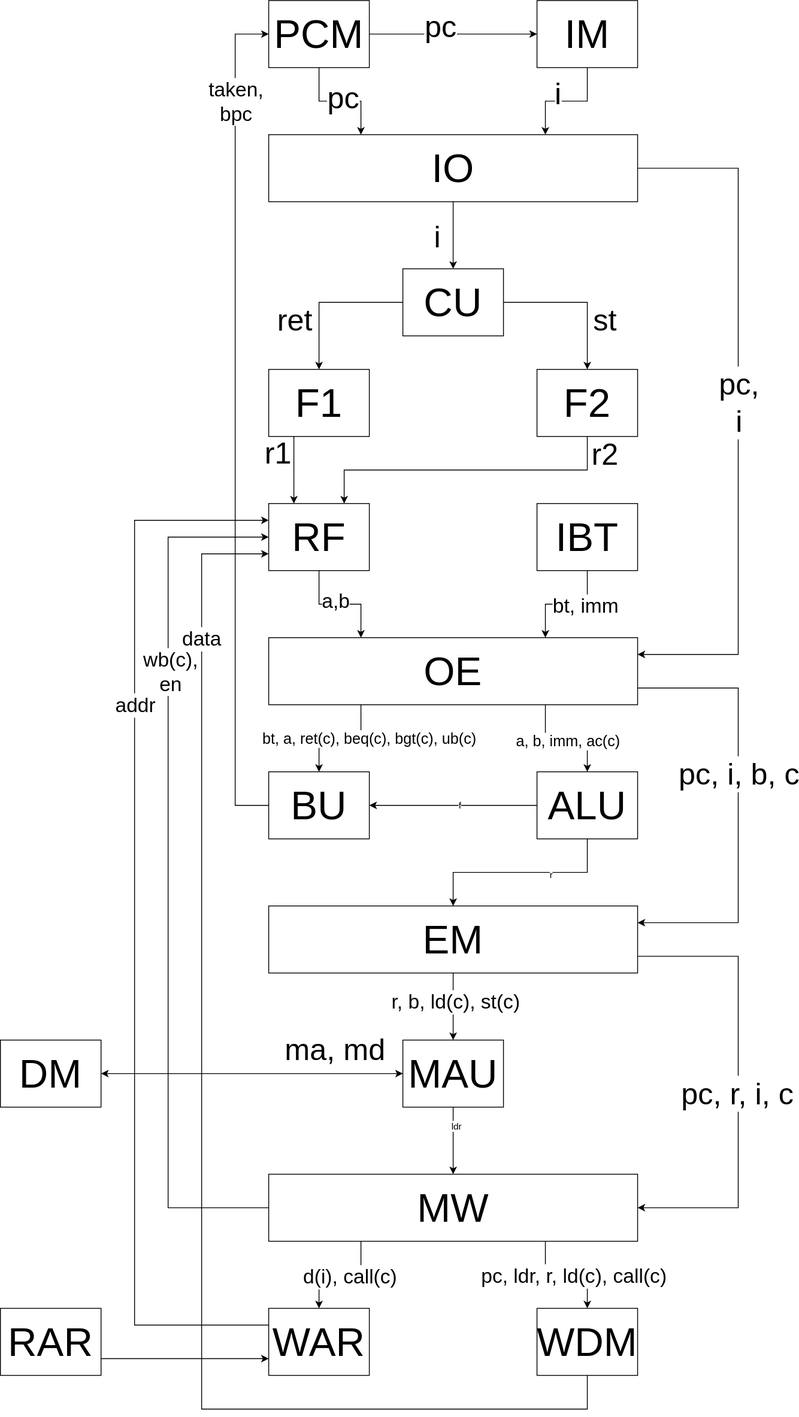
This is SimpleRISC.svg from brave-art-37/SimpleRISC, a draw.io export, as it was before one commit. Source tidied: cells renumbered, new cells last; positions are measured from the earlier drawing's top-left corner, leaving out a move shared by most shapes.
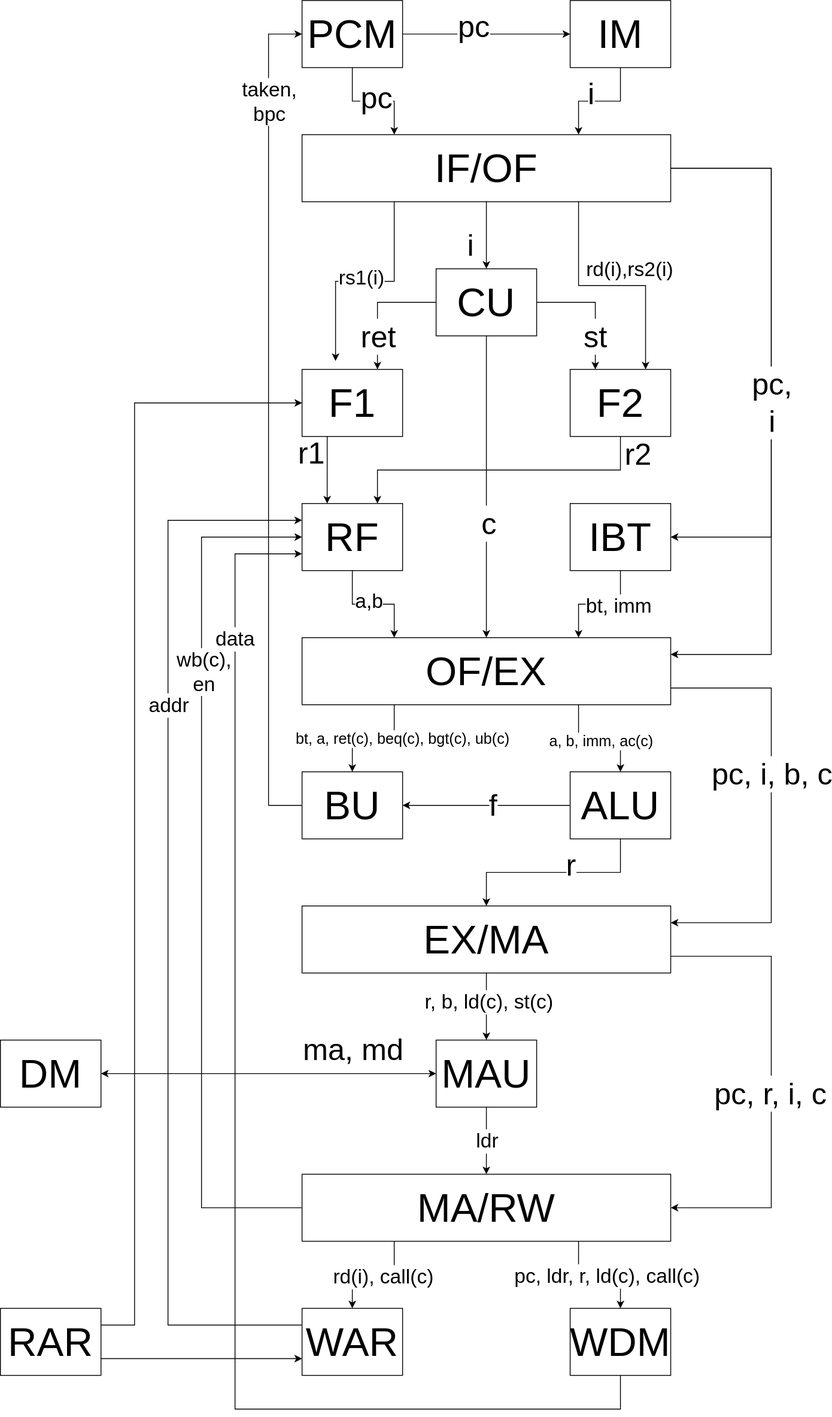
After the commit.

Change to the diagram source:
```diff
@@ -2,6 +2,14 @@
   <root>
     <mxCell id="0" />
     <mxCell id="1" parent="0" />
+    <mxCell id="73" style="edgeStyle=orthogonalEdgeStyle;rounded=0;jettySize=auto;html=1;exitX=1;exitY=0.5;exitDx=0;exitDy=0;entryX=1;entryY=0.5;entryDx=0;entryDy=0;" parent="1" edge="1" source="14" target="38">
+      <mxGeometry relative="1" as="geometry">
+        <Array as="points">
+          <mxPoint x="880" y="200" />
+          <mxPoint x="880" y="640" />
+        </Array>
+      </mxGeometry>
+    </mxCell>
     <mxCell id="2" style="edgeStyle=orthogonalEdgeStyle;jettySize=auto;html=1;rounded=0;" parent="1" edge="1" source="6" target="9">
       <mxGeometry relative="1" as="geometry" />
     </mxCell>
@@ -37,9 +45,19 @@
     </mxCell>
     <mxCell id="11" value="&lt;font style=&quot;font-size: 36px;&quot;&gt;i&lt;/font&gt;" style="edgeLabel;html=1;align=center;verticalAlign=middle;rounded=0;" parent="10" vertex="1">
       <mxGeometry x="-0.25" y="-3" relative="1" as="geometry">
-        <mxPoint x="-17" y="11" as="offset" />
+        <mxPoint x="-17" y="21" as="offset" />
       </mxGeometry>
     </mxCell>
+    <mxCell id="74" style="edgeStyle=orthogonalEdgeStyle;rounded=0;jettySize=auto;html=1;exitX=0.25;exitY=1;exitDx=0;exitDy=0;" parent="1" edge="1" source="14">
+      <mxGeometry relative="1" as="geometry">
+        <mxPoint x="360" y="430" as="targetPoint" />
+      </mxGeometry>
+    </mxCell>
+    <mxCell id="75" value="&lt;font style=&quot;font-size: 24px;&quot;&gt;rs1(i)&lt;/font&gt;" style="edgeLabel;html=1;align=center;verticalAlign=middle;" parent="74" vertex="1">
+      <mxGeometry x="-0.58" relative="1" as="geometry">
+        <mxPoint x="-40" y="36" as="offset" />
+      </mxGeometry>
+    </mxCell>
     <mxCell id="12" style="edgeStyle=orthogonalEdgeStyle;rounded=0;jettySize=auto;html=1;exitX=1;exitY=0.5;exitDx=0;exitDy=0;entryX=1;entryY=0.25;entryDx=0;entryDy=0;" parent="1" edge="1" source="14" target="35">
       <mxGeometry relative="1" as="geometry">
         <Array as="points">
@@ -53,25 +71,39 @@
         <mxPoint y="13" as="offset" />
       </mxGeometry>
     </mxCell>
+    <mxCell id="76" style="edgeStyle=orthogonalEdgeStyle;rounded=0;jettySize=auto;html=1;exitX=0.75;exitY=1;exitDx=0;exitDy=0;entryX=0.75;entryY=0;entryDx=0;entryDy=0;" parent="1" edge="1" source="14" target="25">
+      <mxGeometry relative="1" as="geometry" />
+    </mxCell>
+    <mxCell id="77" value="&lt;font style=&quot;font-size: 24px;&quot;&gt;&lt;font style=&quot;&quot;&gt;rd(i),&lt;/font&gt;&lt;span style=&quot;background-color: light-dark(#ffffff, var(--ge-dark-color, #121212)); color: light-dark(rgb(0, 0, 0), rgb(255, 255, 255));&quot;&gt;rs2(i)&lt;/span&gt;&lt;/font&gt;" style="edgeLabel;html=1;align=center;verticalAlign=middle;" parent="76" vertex="1">
+      <mxGeometry x="-0.61" y="4" relative="1" as="geometry">
+        <mxPoint x="56" y="25" as="offset" />
+      </mxGeometry>
+    </mxCell>
-    <mxCell id="14" value="&lt;font style=&quot;font-size: 48px;&quot;&gt;IO&lt;/font&gt;" style="rounded=0;whiteSpace=wrap;html=1;" parent="1" vertex="1">
+    <mxCell id="14" value="&lt;font style=&quot;font-size: 48px;&quot;&gt;IF/OF&lt;/font&gt;" style="rounded=0;whiteSpace=wrap;html=1;" parent="1" vertex="1">
       <mxGeometry x="320" y="160" width="440" height="80" as="geometry" />
     </mxCell>
-    <mxCell id="15" style="edgeStyle=orthogonalEdgeStyle;jettySize=auto;html=1;entryX=0.5;entryY=0;entryDx=0;entryDy=0;rounded=0;" parent="1" edge="1" source="19" target="22">
+    <mxCell id="15" style="edgeStyle=orthogonalEdgeStyle;jettySize=auto;html=1;rounded=0;entryX=0.75;entryY=0;entryDx=0;entryDy=0;" parent="1" edge="1" source="19" target="22">
       <mxGeometry relative="1" as="geometry" />
     </mxCell>
     <mxCell id="16" value="&lt;font style=&quot;font-size: 36px;&quot;&gt;ret&lt;/font&gt;" style="edgeLabel;html=1;align=center;verticalAlign=middle;rounded=0;" parent="15" vertex="1">
       <mxGeometry x="0.23" y="4" relative="1" as="geometry">
-        <mxPoint x="-34" y="10" as="offset" />
+        <mxPoint x="-4" y="18" as="offset" />
       </mxGeometry>
     </mxCell>
-    <mxCell id="17" style="edgeStyle=orthogonalEdgeStyle;rounded=0;jettySize=auto;html=1;exitX=1;exitY=0.5;exitDx=0;exitDy=0;entryX=0.5;entryY=0;entryDx=0;entryDy=0;" parent="1" edge="1" source="19" target="25">
+    <mxCell id="17" style="edgeStyle=orthogonalEdgeStyle;rounded=0;jettySize=auto;html=1;exitX=1;exitY=0.5;exitDx=0;exitDy=0;entryX=0.25;entryY=0;entryDx=0;entryDy=0;" parent="1" edge="1" source="19" target="25">
       <mxGeometry relative="1" as="geometry" />
     </mxCell>
     <mxCell id="18" value="&lt;font style=&quot;font-size: 36px;&quot;&gt;st&lt;/font&gt;" style="edgeLabel;html=1;align=center;verticalAlign=middle;" parent="17" vertex="1">
       <mxGeometry x="-0.24" y="1" relative="1" as="geometry">
-        <mxPoint x="51" y="21" as="offset" />
+        <mxPoint x="12" y="41" as="offset" />
       </mxGeometry>
     </mxCell>
+    <mxCell id="78" style="edgeStyle=orthogonalEdgeStyle;rounded=0;jettySize=auto;html=1;exitX=0.5;exitY=1;exitDx=0;exitDy=0;entryX=0.5;entryY=0;entryDx=0;entryDy=0;" parent="1" edge="1" source="19" target="35">
+      <mxGeometry relative="1" as="geometry" />
+    </mxCell>
+    <mxCell id="79" value="&lt;font style=&quot;font-size: 36px;&quot;&gt;c&lt;/font&gt;" style="edgeLabel;html=1;align=center;verticalAlign=middle;" parent="78" vertex="1">
+      <mxGeometry x="0.24" y="2" relative="1" as="geometry" />
+    </mxCell>
     <mxCell id="19" value="&lt;font style=&quot;font-size: 48px;&quot;&gt;CU&lt;/font&gt;" style="whiteSpace=wrap;html=1;rounded=0;" parent="1" vertex="1">
       <mxGeometry x="480" y="320" width="120" height="80" as="geometry" />
     </mxCell>
@@ -133,7 +165,7 @@
         <mxPoint x="-3" y="-31" as="offset" />
       </mxGeometry>
     </mxCell>
-    <mxCell id="35" value="&lt;font style=&quot;font-size: 48px;&quot;&gt;OE&lt;/font&gt;" style="whiteSpace=wrap;html=1;rounded=0;" parent="1" vertex="1">
+    <mxCell id="35" value="&lt;font style=&quot;font-size: 48px;&quot;&gt;OF/EX&lt;/font&gt;" style="whiteSpace=wrap;html=1;rounded=0;" parent="1" vertex="1">
       <mxGeometry x="320" y="760" width="440" height="80" as="geometry" />
     </mxCell>
     <mxCell id="36" style="edgeStyle=orthogonalEdgeStyle;jettySize=auto;html=1;exitX=0.5;exitY=1;exitDx=0;exitDy=0;entryX=0.75;entryY=0;entryDx=0;entryDy=0;rounded=0;" parent="1" edge="1" source="38" target="35">
@@ -148,13 +180,15 @@
     <mxCell id="39" style="edgeStyle=orthogonalEdgeStyle;jettySize=auto;html=1;rounded=0;" parent="1" edge="1" source="43" target="51">
       <mxGeometry relative="1" as="geometry" />
     </mxCell>
-    <mxCell id="40" value="r" style="edgeLabel;html=1;align=center;verticalAlign=middle;rounded=0;" parent="39" vertex="1">
-      <mxGeometry x="-0.3" y="2" relative="1" as="geometry" />
+    <mxCell id="40" value="&lt;font style=&quot;font-size: 36px;&quot;&gt;r&lt;/font&gt;" style="edgeLabel;html=1;align=center;verticalAlign=middle;rounded=0;" parent="39" vertex="1">
+      <mxGeometry x="-0.3" y="2" relative="1" as="geometry">
+        <mxPoint x="-16" y="-12" as="offset" />
+      </mxGeometry>
     </mxCell>
     <mxCell id="41" style="edgeStyle=orthogonalEdgeStyle;jettySize=auto;html=1;rounded=0;" parent="1" edge="1" source="43" target="46">
       <mxGeometry relative="1" as="geometry" />
     </mxCell>
-    <mxCell id="42" value="f" style="edgeLabel;html=1;align=center;verticalAlign=middle;rounded=0;" parent="41" vertex="1">
+    <mxCell id="42" value="&lt;font style=&quot;font-size: 36px;&quot;&gt;f&lt;/font&gt;" style="edgeLabel;html=1;align=center;verticalAlign=middle;rounded=0;" parent="41" vertex="1">
       <mxGeometry x="-0.07" y="-1" relative="1" as="geometry" />
     </mxCell>
     <mxCell id="43" value="&lt;font style=&quot;font-size: 48px;&quot;&gt;ALU&lt;/font&gt;" style="whiteSpace=wrap;html=1;rounded=0;" parent="1" vertex="1">
@@ -193,14 +227,16 @@
     <mxCell id="50" value="&lt;font style=&quot;font-size: 36px;&quot;&gt;pc, r, i, c&lt;/font&gt;" style="edgeLabel;html=1;align=center;verticalAlign=middle;" parent="49" vertex="1">
       <mxGeometry x="0.05" y="-2" relative="1" as="geometry" />
     </mxCell>
-    <mxCell id="51" value="&lt;font style=&quot;font-size: 48px;&quot;&gt;EM&lt;/font&gt;" style="whiteSpace=wrap;html=1;rounded=0;" parent="1" vertex="1">
+    <mxCell id="51" value="&lt;font style=&quot;font-size: 48px;&quot;&gt;EX/MA&lt;/font&gt;" style="whiteSpace=wrap;html=1;rounded=0;" parent="1" vertex="1">
       <mxGeometry x="320" y="1080" width="440" height="80" as="geometry" />
     </mxCell>
     <mxCell id="52" style="edgeStyle=orthogonalEdgeStyle;rounded=0;jettySize=auto;html=1;" parent="1" edge="1" source="56" target="64">
       <mxGeometry relative="1" as="geometry" />
     </mxCell>
-    <mxCell id="53" value="ldr" style="edgeLabel;html=1;align=center;verticalAlign=middle;" parent="52" vertex="1">
-      <mxGeometry x="-0.45" y="3" relative="1" as="geometry" />
+    <mxCell id="53" value="&lt;font style=&quot;font-size: 24px;&quot;&gt;ldr&lt;/font&gt;" style="edgeLabel;html=1;align=center;verticalAlign=middle;" parent="52" vertex="1">
+      <mxGeometry x="-0.45" y="3" relative="1" as="geometry">
+        <mxPoint x="-3" y="18" as="offset" />
+      </mxGeometry>
     </mxCell>
     <mxCell id="54" style="edgeStyle=orthogonalEdgeStyle;rounded=0;jettySize=auto;html=1;exitX=0;exitY=0.5;exitDx=0;exitDy=0;entryX=1;entryY=0.5;entryDx=0;entryDy=0;startArrow=classic;startFill=1;" parent="1" edge="1" source="56" target="57">
       <mxGeometry relative="1" as="geometry" />
@@ -214,12 +250,12 @@
       <mxGeometry x="480" y="1240" width="120" height="80" as="geometry" />
     </mxCell>
     <mxCell id="57" value="&lt;font style=&quot;font-size: 48px;&quot;&gt;DM&lt;/font&gt;" style="whiteSpace=wrap;html=1;rounded=0;" parent="1" vertex="1">
-      <mxGeometry y="1240" width="120" height="80" as="geometry" />
+      <mxGeometry x="-40" y="1240" width="120" height="80" as="geometry" />
     </mxCell>
     <mxCell id="58" style="edgeStyle=orthogonalEdgeStyle;rounded=0;jettySize=auto;html=1;exitX=0.25;exitY=1;exitDx=0;exitDy=0;" parent="1" edge="1" source="64" target="67">
       <mxGeometry relative="1" as="geometry" />
     </mxCell>
-    <mxCell id="59" value="&lt;font style=&quot;font-size: 24px;&quot;&gt;d(i), call(c)&lt;/font&gt;" style="edgeLabel;html=1;align=center;verticalAlign=middle;" parent="58" vertex="1">
+    <mxCell id="59" value="&lt;font style=&quot;font-size: 24px;&quot;&gt;rd(i), call(c)&lt;/font&gt;" style="edgeLabel;html=1;align=center;verticalAlign=middle;" parent="58" vertex="1">
       <mxGeometry x="-0.17" y="2" relative="1" as="geometry" />
     </mxCell>
     <mxCell id="60" style="edgeStyle=orthogonalEdgeStyle;rounded=0;jettySize=auto;html=1;exitX=0.75;exitY=1;exitDx=0;exitDy=0;entryX=0.5;entryY=0;entryDx=0;entryDy=0;" parent="1" edge="1" source="64" target="72">
@@ -241,7 +277,7 @@
         <mxPoint y="-216" as="offset" />
       </mxGeometry>
     </mxCell>
-    <mxCell id="64" value="&lt;font style=&quot;font-size: 48px;&quot;&gt;MW&lt;/font&gt;" style="whiteSpace=wrap;html=1;rounded=0;" parent="1" vertex="1">
+    <mxCell id="64" value="&lt;font style=&quot;font-size: 48px;&quot;&gt;MA/RW&lt;/font&gt;" style="whiteSpace=wrap;html=1;rounded=0;" parent="1" vertex="1">
       <mxGeometry x="320" y="1400" width="440" height="80" as="geometry" />
     </mxCell>
     <mxCell id="65" style="edgeStyle=orthogonalEdgeStyle;rounded=0;jettySize=auto;html=1;exitX=0;exitY=0.25;exitDx=0;exitDy=0;entryX=0;entryY=0.25;entryDx=0;entryDy=0;" parent="1" edge="1" source="67" target="28">
@@ -263,8 +299,16 @@
     <mxCell id="68" style="edgeStyle=orthogonalEdgeStyle;rounded=0;jettySize=auto;html=1;exitX=1;exitY=0.75;exitDx=0;exitDy=0;entryX=0;entryY=0.75;entryDx=0;entryDy=0;" parent="1" edge="1" source="69" target="67">
       <mxGeometry relative="1" as="geometry" />
     </mxCell>
+    <mxCell id="80" style="edgeStyle=orthogonalEdgeStyle;rounded=0;jettySize=auto;html=1;exitX=1;exitY=0.25;exitDx=0;exitDy=0;entryX=0;entryY=0.5;entryDx=0;entryDy=0;" parent="1" edge="1" source="69" target="22">
+      <mxGeometry relative="1" as="geometry">
+        <Array as="points">
+          <mxPoint x="120.1" y="1580" />
+          <mxPoint x="120.1" y="480" />
+        </Array>
+      </mxGeometry>
+    </mxCell>
     <mxCell id="69" value="&lt;font style=&quot;font-size: 48px;&quot;&gt;RAR&lt;/font&gt;" style="whiteSpace=wrap;html=1;" parent="1" vertex="1">
-      <mxGeometry y="1560" width="120" height="80" as="geometry" />
+      <mxGeometry x="-40" y="1560" width="120" height="80" as="geometry" />
     </mxCell>
     <mxCell id="70" style="edgeStyle=orthogonalEdgeStyle;rounded=0;jettySize=auto;html=1;exitX=0.5;exitY=1;exitDx=0;exitDy=0;entryX=0;entryY=0.75;entryDx=0;entryDy=0;" parent="1" edge="1" source="72" target="28">
       <mxGeometry relative="1" as="geometry">
```
